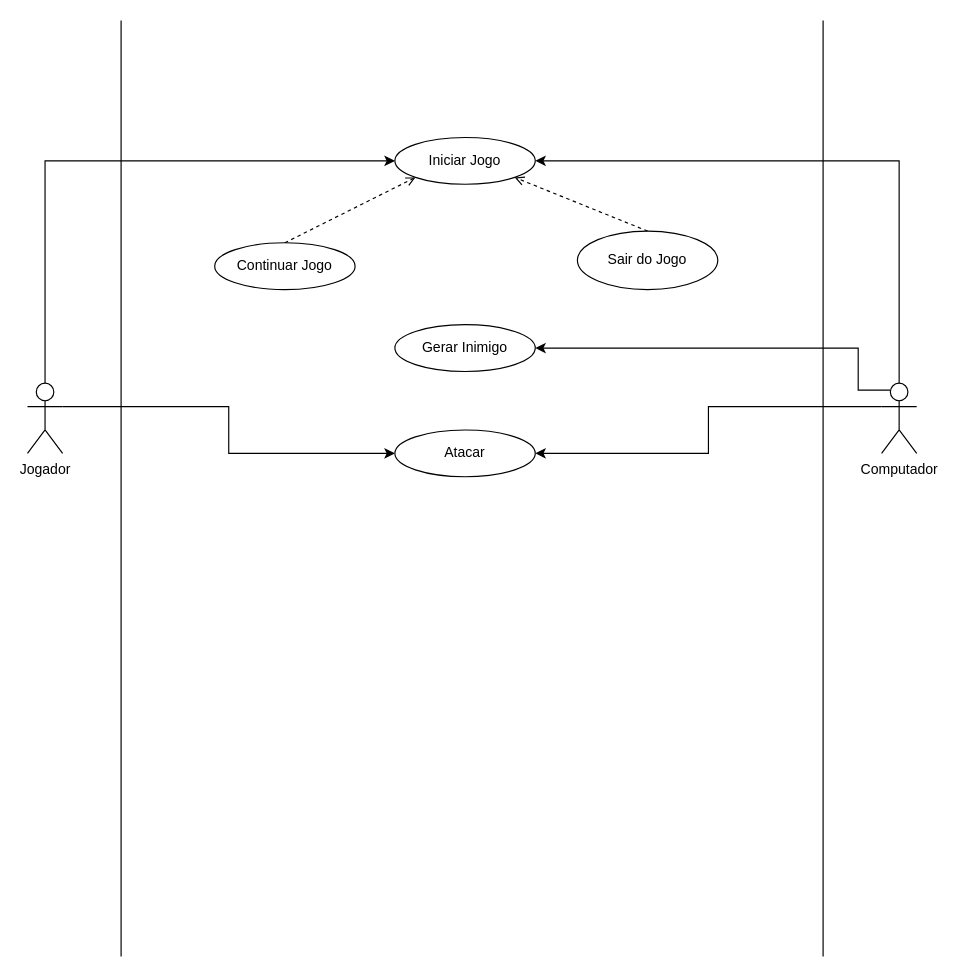
Above: Diagrama sem nome.drawio in yuritelis/atvmusicalp (draw.io), before the change. Source tidied: cells renumbered, new cells numbered last; positions are measured from the earlier drawing's top-left corner, leaving out a move shared by most shapes. Both pictures are drawn from the tidied source at 117%, with x=0, y=0 at pixel (27, 20).
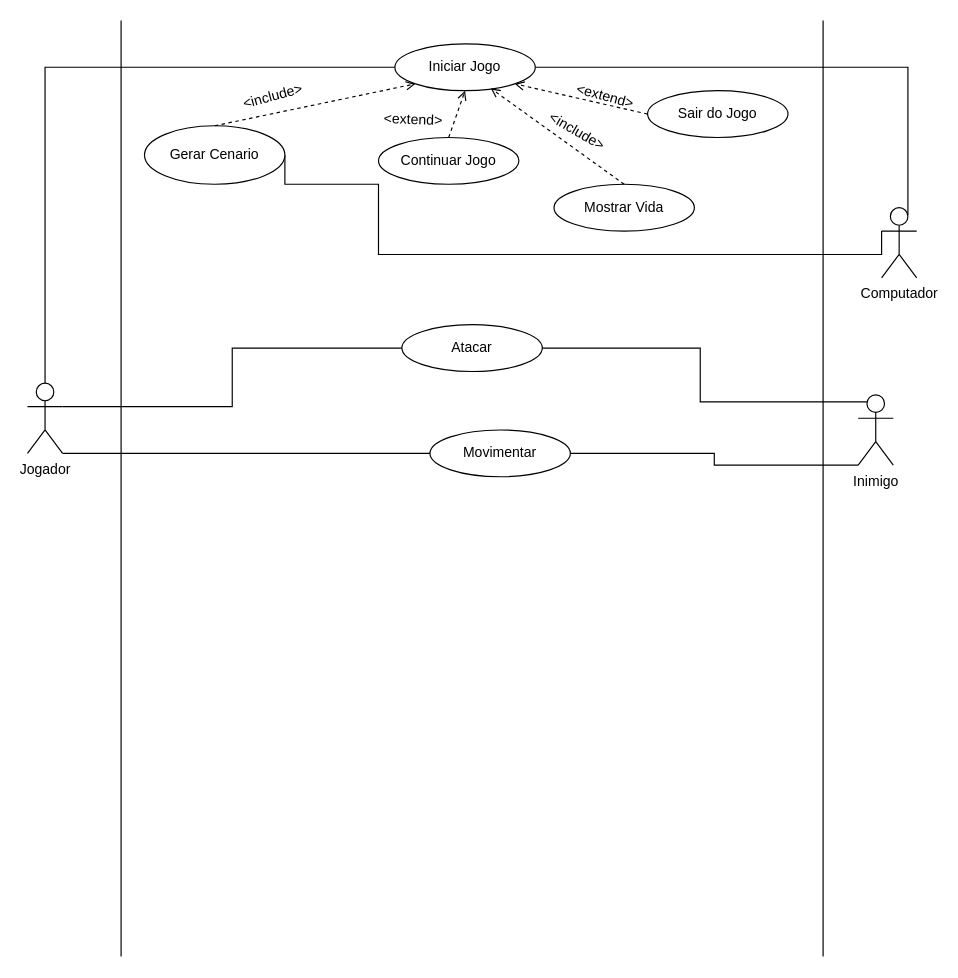
The same page after the edit.

The change refers to these unchanged cells:
```xml
<mxCell id="4" value="Jogador&lt;br&gt;" style="shape=umlActor;verticalLabelPosition=bottom;verticalAlign=top;html=1;outlineConnect=0;" parent="1" vertex="1">
  <mxGeometry y="310" width="30" height="60" as="geometry" />
</mxCell>
```

Diff of the diagram source:
```diff
@@
-    <mxCell id="2" style="edgeStyle=orthogonalEdgeStyle;rounded=0;jettySize=auto;html=1;exitX=0.5;exitY=0;exitDx=0;exitDy=0;exitPerimeter=0;entryX=0;entryY=0.5;entryDx=0;entryDy=0;" parent="1" edge="1" source="4" target="11">
+    <mxCell id="2" style="edgeStyle=orthogonalEdgeStyle;rounded=0;jettySize=auto;html=1;exitX=0.5;exitY=0;exitDx=0;exitDy=0;exitPerimeter=0;entryX=0;entryY=0.5;entryDx=0;entryDy=0;endArrow=none;endFill=0;" parent="1" edge="1" source="4" target="11">
       <mxGeometry relative="1" as="geometry" />
     </mxCell>
-    <mxCell id="3" style="edgeStyle=orthogonalEdgeStyle;rounded=0;jettySize=auto;html=1;exitX=1;exitY=0.3333333333333333;exitDx=0;exitDy=0;exitPerimeter=0;entryX=0;entryY=0.5;entryDx=0;entryDy=0;" parent="1" edge="1" source="4" target="12">
+    <mxCell id="3" style="edgeStyle=orthogonalEdgeStyle;rounded=0;jettySize=auto;html=1;exitX=1;exitY=0.3333333333333333;exitDx=0;exitDy=0;exitPerimeter=0;entryX=0;entryY=0.5;entryDx=0;entryDy=0;endArrow=none;endFill=0;" parent="1" edge="1" source="4" target="12">
       <mxGeometry relative="1" as="geometry" />
     </mxCell>
+    <mxCell id="18" style="edgeStyle=orthogonalEdgeStyle;rounded=0;jettySize=auto;html=1;exitX=1;exitY=1;exitDx=0;exitDy=0;exitPerimeter=0;entryX=0;entryY=0.5;entryDx=0;entryDy=0;endArrow=none;endFill=0;" parent="1" edge="1" source="4" target="28">
+      <mxGeometry relative="1" as="geometry">
+        <Array as="points">
+          <mxPoint x="300" y="370" />
+          <mxPoint x="300" y="370" />
+        </Array>
+      </mxGeometry>
+    </mxCell>
@@
-    <mxCell id="5" style="edgeStyle=orthogonalEdgeStyle;rounded=0;jettySize=auto;html=1;exitX=0.5;exitY=0;exitDx=0;exitDy=0;exitPerimeter=0;entryX=1;entryY=0.5;entryDx=0;entryDy=0;" parent="1" edge="1" source="8" target="11">
-      <mxGeometry relative="1" as="geometry" />
+    <mxCell id="5" style="edgeStyle=orthogonalEdgeStyle;rounded=0;jettySize=auto;html=1;exitX=0.75;exitY=0.1;exitDx=0;exitDy=0;exitPerimeter=0;entryX=1;entryY=0.5;entryDx=0;entryDy=0;endArrow=none;endFill=0;" parent="1" edge="1" source="8" target="11">
+      <mxGeometry relative="1" as="geometry">
+        <Array as="points">
+          <mxPoint x="753" y="40" />
+        </Array>
+      </mxGeometry>
     </mxCell>
-    <mxCell id="6" style="edgeStyle=orthogonalEdgeStyle;rounded=0;jettySize=auto;html=1;exitX=0;exitY=0.3333333333333333;exitDx=0;exitDy=0;exitPerimeter=0;entryX=1;entryY=0.5;entryDx=0;entryDy=0;" parent="1" edge="1" source="8" target="12">
-      <mxGeometry relative="1" as="geometry" />
-    </mxCell>
-    <mxCell id="7" style="edgeStyle=orthogonalEdgeStyle;rounded=0;jettySize=auto;html=1;exitX=0.25;exitY=0.1;exitDx=0;exitDy=0;exitPerimeter=0;entryX=1;entryY=0.5;entryDx=0;entryDy=0;" parent="1" edge="1" source="8" target="17">
-      <mxGeometry relative="1" as="geometry">
-        <Array as="points">
-          <mxPoint x="710" y="316" />
-          <mxPoint x="710" y="280" />
-        </Array>
-      </mxGeometry>
-    </mxCell>
+    <mxCell id="19" style="edgeStyle=orthogonalEdgeStyle;rounded=0;jettySize=auto;html=1;entryX=1;entryY=0.5;entryDx=0;entryDy=0;exitX=0;exitY=0.3333333333333333;exitDx=0;exitDy=0;exitPerimeter=0;endArrow=none;endFill=0;" parent="1" edge="1" source="8" target="20">
+      <mxGeometry relative="1" as="geometry">
+        <Array as="points">
+          <mxPoint x="730" y="200" />
+          <mxPoint x="300" y="200" />
+          <mxPoint x="300" y="140" />
+          <mxPoint x="220" y="140" />
+        </Array>
+      </mxGeometry>
+    </mxCell>
     <mxCell id="8" value="Computador" style="shape=umlActor;verticalLabelPosition=bottom;verticalAlign=top;html=1;outlineConnect=0;" parent="1" vertex="1">
-      <mxGeometry x="730" y="310" width="30" height="60" as="geometry" />
+      <mxGeometry x="730" y="160" width="30" height="60" as="geometry" />
     </mxCell>
@@
     <mxCell id="11" value="Iniciar Jogo" style="ellipse;whiteSpace=wrap;html=1;" parent="1" vertex="1">
-      <mxGeometry x="314" y="100" width="120" height="40" as="geometry" />
+      <mxGeometry x="314" y="20" width="120" height="40" as="geometry" />
     </mxCell>
     <mxCell id="12" value="Atacar" style="ellipse;whiteSpace=wrap;html=1;" parent="1" vertex="1">
-      <mxGeometry x="314" y="350" width="120" height="40" as="geometry" />
+      <mxGeometry x="320" y="260" width="120" height="40" as="geometry" />
     </mxCell>
     <mxCell id="13" value="Continuar Jogo" style="ellipse;whiteSpace=wrap;html=1;" parent="1" vertex="1">
-      <mxGeometry x="160" y="190" width="120" height="40" as="geometry" />
+      <mxGeometry x="300" y="100" width="120" height="40" as="geometry" />
     </mxCell>
-    <mxCell id="14" style="endArrow=open;html=1;rounded=0;exitX=0.5;exitY=0;exitDx=0;exitDy=0;entryX=0;entryY=1;entryDx=0;entryDy=0;dashed=1;endFill=0;" parent="1" edge="1" source="13" target="11">
+    <mxCell id="14" style="endArrow=open;html=1;rounded=0;exitX=0.5;exitY=0;exitDx=0;exitDy=0;entryX=0.5;entryY=1;entryDx=0;entryDy=0;dashed=1;endFill=0;" parent="1" edge="1" source="13" target="11">
       <mxGeometry relative="1" as="geometry" />
     </mxCell>
     <mxCell id="15" value="Sair do Jogo" style="ellipse;whiteSpace=wrap;html=1;" parent="1" vertex="1">
-      <mxGeometry x="470" y="180" width="120" height="50" as="geometry" />
+      <mxGeometry x="530" y="60" width="120" height="40" as="geometry" />
     </mxCell>
-    <mxCell id="16" style="endArrow=open;html=1;rounded=0;entryX=1;entryY=1;entryDx=0;entryDy=0;endFill=0;dashed=1;exitX=0.5;exitY=0;exitDx=0;exitDy=0;" parent="1" edge="1" source="15" target="11">
+    <mxCell id="16" style="endArrow=open;html=1;rounded=0;entryX=1;entryY=1;entryDx=0;entryDy=0;endFill=0;dashed=1;exitX=0;exitY=0.5;exitDx=0;exitDy=0;" parent="1" edge="1" source="15" target="11">
       <mxGeometry relative="1" as="geometry" />
     </mxCell>
-    <mxCell id="17" value="Gerar Inimigo" style="ellipse;whiteSpace=wrap;html=1;" parent="1" vertex="1">
-      <mxGeometry x="314" y="260" width="120" height="40" as="geometry" />
-    </mxCell>
+    <mxCell id="20" value="Gerar Cenario" style="ellipse;whiteSpace=wrap;html=1;" parent="1" vertex="1">
+      <mxGeometry x="100" y="90" width="120" height="50" as="geometry" />
+    </mxCell>
+    <mxCell id="21" style="endArrow=open;html=1;rounded=0;exitX=0.5;exitY=0;exitDx=0;exitDy=0;entryX=0;entryY=1;entryDx=0;entryDy=0;dashed=1;endFill=0;" parent="1" edge="1" source="20" target="11">
+      <mxGeometry relative="1" as="geometry" />
+    </mxCell>
+    <mxCell id="22" value="&amp;lt;include&amp;gt;" style="text;html=1;strokeColor=none;fillColor=none;align=center;verticalAlign=middle;whiteSpace=wrap;rounded=0;rotation=-15;" parent="1" vertex="1">
+      <mxGeometry x="180" y="50" width="60" height="30" as="geometry" />
+    </mxCell>
+    <mxCell id="23" value="&amp;lt;extend&amp;gt;" style="text;html=1;strokeColor=none;fillColor=none;align=center;verticalAlign=middle;whiteSpace=wrap;rounded=0;rotation=2;" parent="1" vertex="1">
+      <mxGeometry x="300" y="70" width="60" height="30" as="geometry" />
+    </mxCell>
+    <mxCell id="24" value="&amp;lt;extend&amp;gt;" style="text;html=1;strokeColor=none;fillColor=none;align=center;verticalAlign=middle;whiteSpace=wrap;rounded=0;rotation=15;" parent="1" vertex="1">
+      <mxGeometry x="464" y="50" width="60" height="30" as="geometry" />
+    </mxCell>
+    <mxCell id="25" value="Mostrar Vida" style="ellipse;whiteSpace=wrap;html=1;" parent="1" vertex="1">
+      <mxGeometry x="450" y="140" width="120" height="40" as="geometry" />
+    </mxCell>
+    <mxCell id="26" style="endArrow=open;html=1;rounded=0;exitX=0.5;exitY=0;exitDx=0;exitDy=0;entryX=0.683;entryY=0.95;entryDx=0;entryDy=0;entryPerimeter=0;dashed=1;endFill=0;" parent="1" edge="1" source="25" target="11">
+      <mxGeometry relative="1" as="geometry" />
+    </mxCell>
+    <mxCell id="27" value="&amp;lt;include&amp;gt;" style="text;html=1;strokeColor=none;fillColor=none;align=center;verticalAlign=middle;whiteSpace=wrap;rounded=0;rotation=30;" parent="1" vertex="1">
+      <mxGeometry x="440" y="80" width="60" height="30" as="geometry" />
+    </mxCell>
+    <mxCell id="28" value="Movimentar" style="ellipse;whiteSpace=wrap;html=1;" parent="1" vertex="1">
+      <mxGeometry x="344" y="350" width="120" height="40" as="geometry" />
+    </mxCell>
+    <mxCell id="29" style="edgeStyle=orthogonalEdgeStyle;rounded=0;jettySize=auto;html=1;exitX=0.25;exitY=0.1;exitDx=0;exitDy=0;exitPerimeter=0;entryX=1;entryY=0.5;entryDx=0;entryDy=0;endArrow=none;endFill=0;" parent="1" edge="1" source="31" target="12">
+      <mxGeometry relative="1" as="geometry" />
+    </mxCell>
+    <mxCell id="30" style="edgeStyle=orthogonalEdgeStyle;rounded=0;jettySize=auto;html=1;exitX=0;exitY=1;exitDx=0;exitDy=0;exitPerimeter=0;entryX=1;entryY=0.5;entryDx=0;entryDy=0;endArrow=none;endFill=0;" parent="1" edge="1" source="31" target="28">
+      <mxGeometry relative="1" as="geometry">
+        <Array as="points">
+          <mxPoint x="587" y="380" />
+          <mxPoint x="587" y="370" />
+        </Array>
+      </mxGeometry>
+    </mxCell>
+    <mxCell id="31" value="Inimigo" style="shape=umlActor;verticalLabelPosition=bottom;verticalAlign=top;html=1;outlineConnect=0;" parent="1" vertex="1">
+      <mxGeometry x="710" y="320" width="30" height="60" as="geometry" />
+    </mxCell>
```
